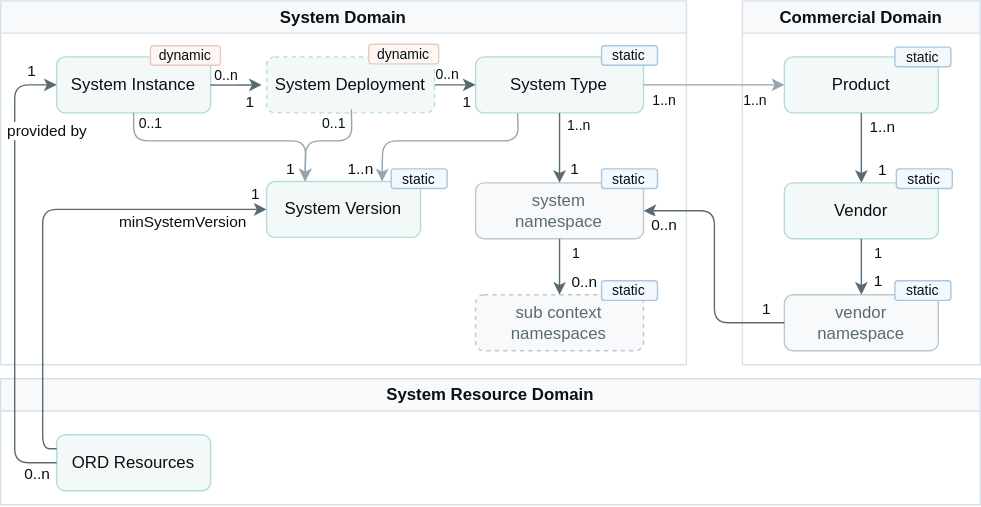
open-resource-discovery/specification keeps this draw.io diagram as static/img/system-landscape/system.drawio.svg. Above is the earlier version. Source tidied: cells renumbered, new cells last; positions are measured from the earlier drawing's top-left corner, leaving out a move shared by most shapes.
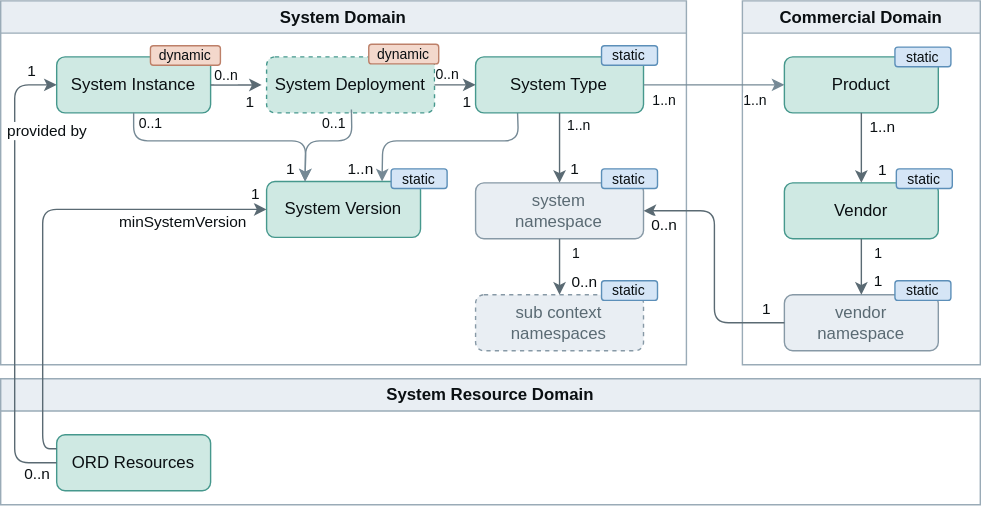
Later version of the same file.

Commit message:
style: strengthen shared diagram color contrast

What changed in the source:
```diff
@@ -2,16 +2,16 @@
   <root>
     <mxCell id="0" />
     <mxCell id="1" parent="0" />
-    <mxCell id="2" value="System Domain" style="swimlane;whiteSpace=wrap;html=1;fontColor=#25343e;fillColor=#f8f9fb;swimlaneFillColor=#ffffff;strokeColor=#d8e1e7;" parent="1" vertex="1">
+    <mxCell id="2" value="System Domain" style="swimlane;whiteSpace=wrap;html=1;fontColor=#25343e;fillColor=#e9eef3;swimlaneFillColor=#ffffff;strokeColor=#9aabb7;" parent="1" vertex="1">
       <mxGeometry width="490" height="260" as="geometry" />
     </mxCell>
-    <mxCell id="3" value="System Instance" style="rounded=1;whiteSpace=wrap;html=1;verticalAlign=middle;fillColor=#f2f9f8;strokeColor=#b4dcd8;fontColor=#0a0f12;arcSize=12;absoluteArcSize=1;" parent="2" vertex="1">
+    <mxCell id="3" value="System Instance" style="rounded=1;whiteSpace=wrap;html=1;verticalAlign=middle;fillColor=#cfe9e3;strokeColor=#46988d;fontColor=#0a0f12;arcSize=12;absoluteArcSize=1;" parent="2" vertex="1">
       <mxGeometry x="40" y="40" width="110" height="40" as="geometry" />
     </mxCell>
-    <mxCell id="4" value="System Version" style="rounded=1;whiteSpace=wrap;html=1;verticalAlign=middle;fillColor=#f2f9f8;strokeColor=#b4dcd8;fontColor=#0a0f12;arcSize=12;absoluteArcSize=1;" parent="2" vertex="1">
+    <mxCell id="4" value="System Version" style="rounded=1;whiteSpace=wrap;html=1;verticalAlign=middle;fillColor=#cfe9e3;strokeColor=#46988d;fontColor=#0a0f12;arcSize=12;absoluteArcSize=1;" parent="2" vertex="1">
       <mxGeometry x="190" y="129" width="110" height="40" as="geometry" />
     </mxCell>
-    <mxCell id="5" style="edgeStyle=none;html=1;strokeColor=#95a5ae;entryX=0.25;entryY=0;entryDx=0;entryDy=0;fontColor=#0a0f12;" parent="2" edge="1" source="3" target="4">
+    <mxCell id="5" style="edgeStyle=none;html=1;strokeColor=#758995;entryX=0.25;entryY=0;entryDx=0;entryDy=0;fontColor=#0a0f12;" parent="2" edge="1" source="3" target="4">
       <mxGeometry relative="1" as="geometry">
         <Array as="points">
           <mxPoint x="95" y="100" />
@@ -24,7 +24,7 @@
         <mxPoint x="11" y="-7" as="offset" />
       </mxGeometry>
     </mxCell>
-    <mxCell id="7" style="edgeStyle=none;html=1;entryX=0.75;entryY=0;entryDx=0;entryDy=0;exitX=0.25;exitY=1;exitDx=0;exitDy=0;strokeColor=#95a5ae;fontColor=#0a0f12;" parent="2" edge="1" source="10" target="4">
+    <mxCell id="7" style="edgeStyle=none;html=1;entryX=0.75;entryY=0;entryDx=0;entryDy=0;exitX=0.25;exitY=1;exitDx=0;exitDy=0;strokeColor=#758995;fontColor=#0a0f12;" parent="2" edge="1" source="10" target="4">
       <mxGeometry relative="1" as="geometry">
         <Array as="points">
           <mxPoint x="370" y="100" />
@@ -42,7 +42,7 @@
         <mxPoint x="-15" y="10" as="offset" />
       </mxGeometry>
     </mxCell>
-    <mxCell id="10" value="System Type" style="rounded=1;whiteSpace=wrap;html=1;verticalAlign=middle;fillColor=#f2f9f8;strokeColor=#b4dcd8;fontColor=#0a0f12;arcSize=12;absoluteArcSize=1;" parent="2" vertex="1">
+    <mxCell id="10" value="System Type" style="rounded=1;whiteSpace=wrap;html=1;verticalAlign=middle;fillColor=#cfe9e3;strokeColor=#46988d;fontColor=#0a0f12;arcSize=12;absoluteArcSize=1;" parent="2" vertex="1">
       <mxGeometry x="339.3" y="40" width="120" height="40" as="geometry" />
     </mxCell>
     <mxCell id="11" style="edgeStyle=none;html=1;entryX=-0.029;entryY=0.502;entryDx=0;entryDy=0;entryPerimeter=0;fontColor=#0a0f12;strokeColor=#5a6a73;" parent="2" edge="1" source="3" target="27">
@@ -58,7 +58,7 @@
         <mxPoint x="2" y="-8" as="offset" />
       </mxGeometry>
     </mxCell>
-    <mxCell id="14" value="system&lt;br&gt;namespace" style="rounded=1;whiteSpace=wrap;html=1;verticalAlign=middle;fillColor=#f8f9fb;strokeColor=#bcc8d0;fontColor=#5a6a73;arcSize=12;absoluteArcSize=1;" parent="2" vertex="1">
+    <mxCell id="14" value="system&lt;br&gt;namespace" style="rounded=1;whiteSpace=wrap;html=1;verticalAlign=middle;fillColor=#e9eef3;strokeColor=#8799a6;fontColor=#5a6a73;arcSize=12;absoluteArcSize=1;" parent="2" vertex="1">
       <mxGeometry x="339.3" y="130" width="120" height="40" as="geometry" />
     </mxCell>
     <mxCell id="15" style="edgeStyle=none;html=1;entryX=0.5;entryY=0;entryDx=0;entryDy=0;fontColor=#0a0f12;strokeColor=#5a6a73;" parent="2" edge="1" source="10" target="14">
@@ -74,7 +74,7 @@
         <mxPoint x="12" y="-1" as="offset" />
       </mxGeometry>
     </mxCell>
-    <mxCell id="18" value="sub context namespaces" style="rounded=1;whiteSpace=wrap;html=1;verticalAlign=middle;fillColor=#f8f9fb;strokeColor=#bcc8d0;fontColor=#5a6a73;dashed=1;arcSize=12;absoluteArcSize=1;" parent="2" vertex="1">
+    <mxCell id="18" value="sub context namespaces" style="rounded=1;whiteSpace=wrap;html=1;verticalAlign=middle;fillColor=#e9eef3;strokeColor=#8799a6;fontColor=#5a6a73;dashed=1;arcSize=12;absoluteArcSize=1;" parent="2" vertex="1">
       <mxGeometry x="339.3" y="210" width="120" height="40" as="geometry" />
     </mxCell>
     <mxCell id="19" style="edgeStyle=none;html=1;fontColor=#0a0f12;strokeColor=#5a6a73;" parent="2" edge="1" source="14" target="18">
@@ -90,22 +90,22 @@
         <mxPoint x="7" as="offset" />
       </mxGeometry>
     </mxCell>
-    <mxCell id="22" value="&lt;font style=&quot;font-size: 10px;&quot;&gt;dynamic&lt;/font&gt;" style="rounded=1;whiteSpace=wrap;html=1;strokeColor=#ecc9bf;fillColor=#fdf6f3;fontColor=#0a0f12;" parent="2" vertex="1">
+    <mxCell id="22" value="&lt;font style=&quot;font-size: 10px;&quot;&gt;dynamic&lt;/font&gt;" style="rounded=1;whiteSpace=wrap;html=1;strokeColor=#bd8069;fillColor=#f3d8cc;fontColor=#0a0f12;" parent="2" vertex="1">
       <mxGeometry x="107" y="32" width="50" height="14" as="geometry" />
     </mxCell>
-    <mxCell id="23" value="&lt;font style=&quot;font-size: 10px;&quot;&gt;static&lt;/font&gt;" style="rounded=1;whiteSpace=wrap;html=1;strokeColor=#aac7df;fillColor=#f3f8fd;fontColor=#0a0f12;" parent="2" vertex="1">
+    <mxCell id="23" value="&lt;font style=&quot;font-size: 10px;&quot;&gt;static&lt;/font&gt;" style="rounded=1;whiteSpace=wrap;html=1;strokeColor=#5c8fb9;fillColor=#d5e5f6;fontColor=#0a0f12;" parent="2" vertex="1">
       <mxGeometry x="429.3" y="200" width="40" height="14" as="geometry" />
     </mxCell>
-    <mxCell id="24" value="&lt;font style=&quot;font-size: 10px;&quot;&gt;static&lt;/font&gt;" style="rounded=1;whiteSpace=wrap;html=1;strokeColor=#aac7df;fillColor=#f3f8fd;fontColor=#0a0f12;" parent="2" vertex="1">
+    <mxCell id="24" value="&lt;font style=&quot;font-size: 10px;&quot;&gt;static&lt;/font&gt;" style="rounded=1;whiteSpace=wrap;html=1;strokeColor=#5c8fb9;fillColor=#d5e5f6;fontColor=#0a0f12;" parent="2" vertex="1">
       <mxGeometry x="429.3" y="120" width="40" height="14" as="geometry" />
     </mxCell>
-    <mxCell id="25" value="&lt;font style=&quot;font-size: 10px;&quot;&gt;static&lt;/font&gt;" style="rounded=1;whiteSpace=wrap;html=1;strokeColor=#aac7df;fillColor=#f3f8fd;fontColor=#0a0f12;" parent="2" vertex="1">
+    <mxCell id="25" value="&lt;font style=&quot;font-size: 10px;&quot;&gt;static&lt;/font&gt;" style="rounded=1;whiteSpace=wrap;html=1;strokeColor=#5c8fb9;fillColor=#d5e5f6;fontColor=#0a0f12;" parent="2" vertex="1">
       <mxGeometry x="429.3" y="32" width="40" height="14" as="geometry" />
     </mxCell>
-    <mxCell id="26" value="&lt;font style=&quot;font-size: 10px;&quot;&gt;static&lt;/font&gt;" style="rounded=1;whiteSpace=wrap;html=1;strokeColor=#aac7df;fillColor=#f3f8fd;fontColor=#0a0f12;" parent="2" vertex="1">
+    <mxCell id="26" value="&lt;font style=&quot;font-size: 10px;&quot;&gt;static&lt;/font&gt;" style="rounded=1;whiteSpace=wrap;html=1;strokeColor=#5c8fb9;fillColor=#d5e5f6;fontColor=#0a0f12;" parent="2" vertex="1">
       <mxGeometry x="279" y="120" width="40" height="14" as="geometry" />
     </mxCell>
-    <mxCell id="27" value="System Deployment" style="rounded=1;whiteSpace=wrap;html=1;verticalAlign=middle;fillColor=#f2f9f8;strokeColor=#b4dcd8;dashed=1;fontColor=#0a0f12;arcSize=12;absoluteArcSize=1;" parent="2" vertex="1">
+    <mxCell id="27" value="System Deployment" style="rounded=1;whiteSpace=wrap;html=1;verticalAlign=middle;fillColor=#cfe9e3;strokeColor=#46988d;dashed=1;fontColor=#0a0f12;arcSize=12;absoluteArcSize=1;" parent="2" vertex="1">
       <mxGeometry x="190" y="40" width="120" height="40" as="geometry" />
     </mxCell>
     <mxCell id="28" style="edgeStyle=none;html=1;exitX=1;exitY=0.5;exitDx=0;exitDy=0;fontColor=#0a0f12;strokeColor=#5a6a73;" parent="2" edge="1" source="27" target="10">
@@ -121,10 +121,10 @@
         <mxPoint x="2" y="-9" as="offset" />
       </mxGeometry>
     </mxCell>
-    <mxCell id="31" value="&lt;font style=&quot;font-size: 10px;&quot;&gt;dynamic&lt;/font&gt;" style="rounded=1;whiteSpace=wrap;html=1;strokeColor=#ecc9bf;fillColor=#fdf6f3;fontColor=#0a0f12;" parent="2" vertex="1">
+    <mxCell id="31" value="&lt;font style=&quot;font-size: 10px;&quot;&gt;dynamic&lt;/font&gt;" style="rounded=1;whiteSpace=wrap;html=1;strokeColor=#bd8069;fillColor=#f3d8cc;fontColor=#0a0f12;" parent="2" vertex="1">
       <mxGeometry x="263" y="31" width="50" height="14" as="geometry" />
     </mxCell>
-    <mxCell id="32" style="edgeStyle=none;html=1;strokeColor=#95a5ae;exitX=0.505;exitY=0.94;exitDx=0;exitDy=0;entryX=0.25;entryY=0;entryDx=0;entryDy=0;exitPerimeter=0;fontColor=#0a0f12;" parent="2" edge="1" source="27" target="4">
+    <mxCell id="32" style="edgeStyle=none;html=1;strokeColor=#758995;exitX=0.505;exitY=0.94;exitDx=0;exitDy=0;entryX=0.25;entryY=0;entryDx=0;entryDy=0;exitPerimeter=0;fontColor=#0a0f12;" parent="2" edge="1" source="27" target="4">
       <mxGeometry relative="1" as="geometry">
         <Array as="points">
           <mxPoint x="251" y="100" />
@@ -142,13 +142,13 @@
         <mxPoint x="-14" y="3" as="offset" />
       </mxGeometry>
     </mxCell>
-    <mxCell id="35" value="Commercial Domain" style="swimlane;whiteSpace=wrap;html=1;fontColor=#25343e;fillColor=#f8f9fb;swimlaneFillColor=#ffffff;strokeColor=#d8e1e7;" parent="1" vertex="1">
+    <mxCell id="35" value="Commercial Domain" style="swimlane;whiteSpace=wrap;html=1;fontColor=#25343e;fillColor=#e9eef3;swimlaneFillColor=#ffffff;strokeColor=#9aabb7;" parent="1" vertex="1">
       <mxGeometry x="530" width="170" height="260" as="geometry" />
     </mxCell>
-    <mxCell id="36" value="Product" style="rounded=1;whiteSpace=wrap;html=1;verticalAlign=middle;fillColor=#f2f9f8;strokeColor=#b4dcd8;fontColor=#0a0f12;arcSize=12;absoluteArcSize=1;" parent="35" vertex="1">
+    <mxCell id="36" value="Product" style="rounded=1;whiteSpace=wrap;html=1;verticalAlign=middle;fillColor=#cfe9e3;strokeColor=#46988d;fontColor=#0a0f12;arcSize=12;absoluteArcSize=1;" parent="35" vertex="1">
       <mxGeometry x="30" y="40" width="110" height="40" as="geometry" />
     </mxCell>
-    <mxCell id="37" value="Vendor" style="rounded=1;whiteSpace=wrap;html=1;verticalAlign=middle;fillColor=#f2f9f8;strokeColor=#b4dcd8;fontColor=#0a0f12;arcSize=12;absoluteArcSize=1;" parent="35" vertex="1">
+    <mxCell id="37" value="Vendor" style="rounded=1;whiteSpace=wrap;html=1;verticalAlign=middle;fillColor=#cfe9e3;strokeColor=#46988d;fontColor=#0a0f12;arcSize=12;absoluteArcSize=1;" parent="35" vertex="1">
       <mxGeometry x="30" y="130" width="110" height="40" as="geometry" />
     </mxCell>
     <mxCell id="38" style="edgeStyle=none;html=1;fontColor=#0a0f12;strokeColor=#5a6a73;" parent="35" edge="1" source="36" target="37">
@@ -164,7 +164,7 @@
         <mxPoint x="14" as="offset" />
       </mxGeometry>
     </mxCell>
-    <mxCell id="41" value="vendor&lt;br&gt;namespace" style="rounded=1;whiteSpace=wrap;html=1;verticalAlign=middle;fillColor=#f8f9fb;strokeColor=#bcc8d0;fontColor=#5a6a73;arcSize=12;absoluteArcSize=1;" parent="35" vertex="1">
+    <mxCell id="41" value="vendor&lt;br&gt;namespace" style="rounded=1;whiteSpace=wrap;html=1;verticalAlign=middle;fillColor=#e9eef3;strokeColor=#8799a6;fontColor=#5a6a73;arcSize=12;absoluteArcSize=1;" parent="35" vertex="1">
       <mxGeometry x="30" y="210" width="110" height="40" as="geometry" />
     </mxCell>
     <mxCell id="42" style="edgeStyle=none;html=1;fontColor=#0a0f12;strokeColor=#5a6a73;" parent="35" edge="1" source="37" target="41">
@@ -180,16 +180,16 @@
         <mxPoint x="11" y="2" as="offset" />
       </mxGeometry>
     </mxCell>
-    <mxCell id="45" value="&lt;font style=&quot;font-size: 10px;&quot;&gt;static&lt;/font&gt;" style="rounded=1;whiteSpace=wrap;html=1;strokeColor=#aac7df;fillColor=#f3f8fd;fontColor=#0a0f12;" parent="35" vertex="1">
+    <mxCell id="45" value="&lt;font style=&quot;font-size: 10px;&quot;&gt;static&lt;/font&gt;" style="rounded=1;whiteSpace=wrap;html=1;strokeColor=#5c8fb9;fillColor=#d5e5f6;fontColor=#0a0f12;" parent="35" vertex="1">
       <mxGeometry x="110" y="120" width="40" height="14" as="geometry" />
     </mxCell>
-    <mxCell id="46" value="&lt;font style=&quot;font-size: 10px;&quot;&gt;static&lt;/font&gt;" style="rounded=1;whiteSpace=wrap;html=1;strokeColor=#aac7df;fillColor=#f3f8fd;fontColor=#0a0f12;" parent="35" vertex="1">
+    <mxCell id="46" value="&lt;font style=&quot;font-size: 10px;&quot;&gt;static&lt;/font&gt;" style="rounded=1;whiteSpace=wrap;html=1;strokeColor=#5c8fb9;fillColor=#d5e5f6;fontColor=#0a0f12;" parent="35" vertex="1">
       <mxGeometry x="109" y="33" width="40" height="14" as="geometry" />
     </mxCell>
-    <mxCell id="47" value="&lt;font style=&quot;font-size: 10px;&quot;&gt;static&lt;/font&gt;" style="rounded=1;whiteSpace=wrap;html=1;strokeColor=#aac7df;fillColor=#f3f8fd;fontColor=#0a0f12;" parent="35" vertex="1">
+    <mxCell id="47" value="&lt;font style=&quot;font-size: 10px;&quot;&gt;static&lt;/font&gt;" style="rounded=1;whiteSpace=wrap;html=1;strokeColor=#5c8fb9;fillColor=#d5e5f6;fontColor=#0a0f12;" parent="35" vertex="1">
       <mxGeometry x="109" y="200" width="40" height="14" as="geometry" />
     </mxCell>
-    <mxCell id="48" style="edgeStyle=none;html=1;strokeColor=#95a5ae;fontColor=#0a0f12;" parent="1" edge="1" source="10" target="36">
+    <mxCell id="48" style="edgeStyle=none;html=1;strokeColor=#758995;fontColor=#0a0f12;" parent="1" edge="1" source="10" target="36">
       <mxGeometry relative="1" as="geometry" />
     </mxCell>
     <mxCell id="49" value="1..n" style="edgeLabel;html=1;align=center;verticalAlign=middle;fontSize=10;fontColor=#0a0f12;" parent="48" vertex="1">
@@ -220,10 +220,10 @@
         <mxPoint x="-10" y="10" as="offset" />
       </mxGeometry>
     </mxCell>
-    <mxCell id="54" value="System Resource Domain" style="swimlane;whiteSpace=wrap;html=1;fontColor=#25343e;fillColor=#f8f9fb;swimlaneFillColor=#ffffff;strokeColor=#d8e1e7;" parent="1" vertex="1">
+    <mxCell id="54" value="System Resource Domain" style="swimlane;whiteSpace=wrap;html=1;fontColor=#25343e;fillColor=#e9eef3;swimlaneFillColor=#ffffff;strokeColor=#9aabb7;" parent="1" vertex="1">
       <mxGeometry y="270" width="700" height="90" as="geometry" />
     </mxCell>
-    <mxCell id="55" value="ORD Resources" style="rounded=1;whiteSpace=wrap;html=1;verticalAlign=middle;fillColor=#f2f9f8;strokeColor=#b4dcd8;fontColor=#0a0f12;arcSize=12;absoluteArcSize=1;" parent="54" vertex="1">
+    <mxCell id="55" value="ORD Resources" style="rounded=1;whiteSpace=wrap;html=1;verticalAlign=middle;fillColor=#cfe9e3;strokeColor=#46988d;fontColor=#0a0f12;arcSize=12;absoluteArcSize=1;" parent="54" vertex="1">
       <mxGeometry x="40" y="40" width="110" height="40" as="geometry" />
     </mxCell>
     <mxCell id="56" style="edgeStyle=none;html=1;entryX=0;entryY=0.5;entryDx=0;entryDy=0;fontColor=#0a0f12;strokeColor=#5a6a73;" parent="1" edge="1" source="55" target="3">
```
